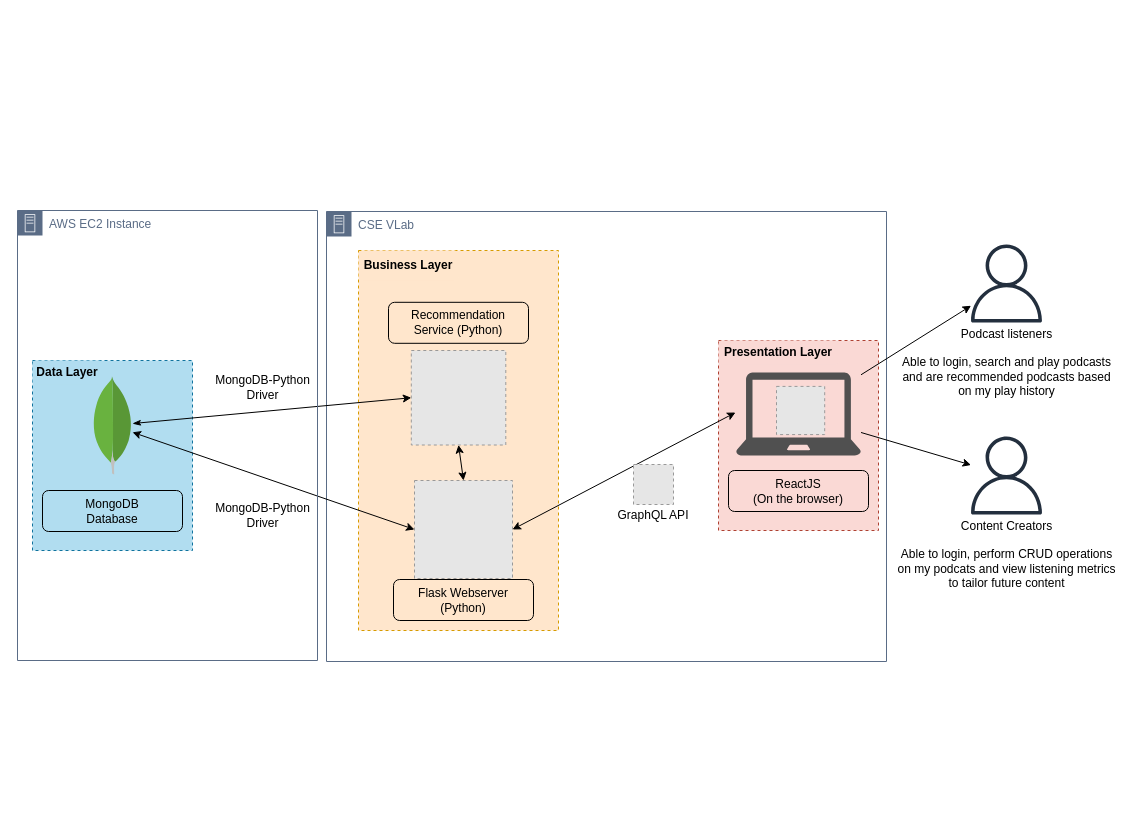
Above: docs/report/drawio/SystemArchitecture.drawio in Kevinwochan/Ultracast (draw.io), before the change. Source tidied: cells renumbered, new cells numbered last; positions are measured from the earlier drawing's top-left corner, leaving out a move shared by most shapes. Both pictures are drawn from the tidied source at 100%, with x=0, y=0 at pixel (17, 210). Pictures stored in the file or linked from it are replaced by grey dashed boxes.
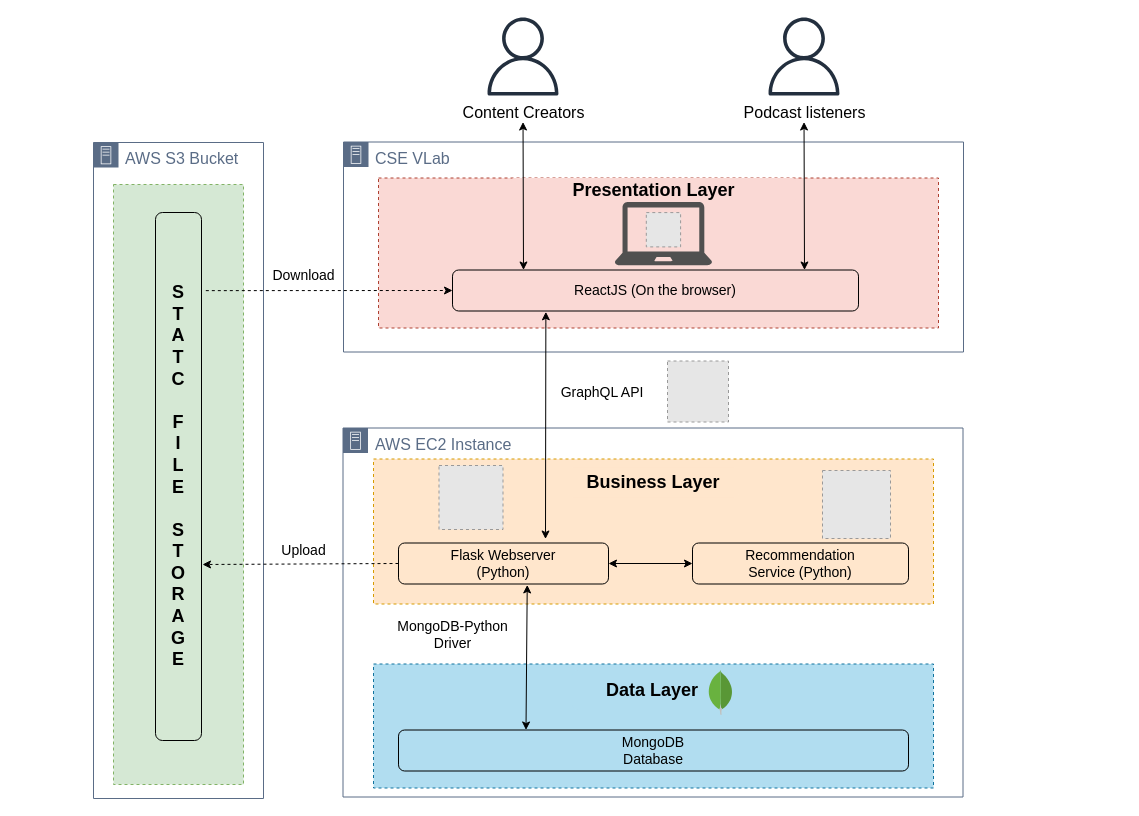
Above is the later version.

Change to the diagram source:
```diff
@@
+    <mxCell id="32" value="&lt;font style=&quot;font-size: 16px&quot;&gt;AWS EC2 Instance&lt;/font&gt;" style="gradientColor=none;html=1;whiteSpace=wrap;fontSize=12;fontStyle=0;shape=mxgraph.aws4.group;grIcon=mxgraph.aws4.group_on_premise;strokeColor=#5A6C86;fillColor=none;verticalAlign=top;align=left;spacingLeft=30;fontColor=#5A6C86;dashed=0;" parent="1" vertex="1">
+      <mxGeometry x="325.5" y="217.5" width="620" height="369" as="geometry" />
+    </mxCell>
+    <mxCell id="5" style="rounded=0;whiteSpace=wrap;html=1;fillColor=#b1ddf0;dashed=1;strokeColor=#10739e;" parent="1" vertex="1">
+      <mxGeometry x="356" y="453.5" width="560" height="124" as="geometry" />
+    </mxCell>
-    <mxCell id="2" value="CSE VLab" style="gradientColor=none;html=1;whiteSpace=wrap;fontSize=12;fontStyle=0;shape=mxgraph.aws4.group;grIcon=mxgraph.aws4.group_on_premise;strokeColor=#5A6C86;fillColor=none;verticalAlign=top;align=left;spacingLeft=30;fontColor=#5A6C86;dashed=0;" parent="1" vertex="1">
-      <mxGeometry x="309" y="1" width="560" height="450" as="geometry" />
+    <mxCell id="2" value="&lt;font style=&quot;font-size: 16px&quot;&gt;CSE VLab&lt;/font&gt;" style="gradientColor=none;html=1;whiteSpace=wrap;fontSize=12;fontStyle=0;shape=mxgraph.aws4.group;grIcon=mxgraph.aws4.group_on_premise;strokeColor=#5A6C86;fillColor=none;verticalAlign=top;align=left;spacingLeft=30;fontColor=#5A6C86;dashed=0;direction=east;" parent="1" vertex="1">
+      <mxGeometry x="326" y="-68.5" width="620" height="210" as="geometry" />
     </mxCell>
-    <mxCell id="3" style="group;" parent="1" vertex="1">
-      <mxGeometry x="15" y="150" width="160" height="190" as="geometry" />
-    </mxCell>
-    <mxCell id="4" style="group;" parent="3" vertex="1">
-      <mxGeometry width="160" height="190" as="geometry" />
-    </mxCell>
-    <mxCell id="5" style="rounded=0;whiteSpace=wrap;html=1;fillColor=#b1ddf0;dashed=1;strokeColor=#10739e;" parent="4" vertex="1">
-      <mxGeometry width="160" height="190" as="geometry" />
-    </mxCell>
-    <mxCell id="6" value="&lt;b&gt;Data Layer&lt;/b&gt;" style="rounded=1;whiteSpace=wrap;html=1;fillColor=#b1ddf0;strokeColor=none;" parent="4" vertex="1">
-      <mxGeometry width="70" height="24" as="geometry" />
-    </mxCell>
-    <mxCell id="7" value="MongoDB&lt;br&gt;Database" style="rounded=1;whiteSpace=wrap;html=1;fillColor=none;" parent="4" vertex="1">
-      <mxGeometry x="10" y="130" width="140" height="41" as="geometry" />
-    </mxCell>
-    <mxCell id="8" style="dashed=0;outlineConnect=0;html=1;align=center;labelPosition=center;verticalLabelPosition=bottom;verticalAlign=top;shape=mxgraph.weblogos.mongodb;strokeColor=#000000;fillColor=none;" parent="4" vertex="1">
-      <mxGeometry x="60" y="15.8" width="40" height="98.2" as="geometry" />
-    </mxCell>
-    <mxCell id="9" style="group;" parent="1" vertex="1">
-      <mxGeometry x="701" y="130" width="160" height="190" as="geometry" />
-    </mxCell>
-    <mxCell id="10" style="rounded=0;whiteSpace=wrap;html=1;fillColor=#fad9d5;dashed=1;strokeColor=#ae4132;" parent="9" vertex="1">
-      <mxGeometry width="160" height="190" as="geometry" />
+    <mxCell id="10" style="rounded=0;whiteSpace=wrap;html=1;fillColor=#fad9d5;dashed=1;strokeColor=#ae4132;" parent="1" vertex="1">
+      <mxGeometry x="361" y="-32.5" width="560" height="150" as="geometry" />
     </mxCell>
-    <mxCell id="11" value="&lt;b&gt;Presentation Layer&lt;/b&gt;" style="rounded=1;whiteSpace=wrap;html=1;fillColor=#fad9d5;strokeColor=none;" parent="9" vertex="1">
-      <mxGeometry width="120" height="24" as="geometry" />
-    </mxCell>
-    <mxCell id="12" value="ReactJS &lt;br&gt;(On the browser)" style="rounded=1;whiteSpace=wrap;html=1;fillColor=none;" parent="9" vertex="1">
-      <mxGeometry x="10" y="130" width="140" height="41" as="geometry" />
-    </mxCell>
-    <mxCell id="13" style="shadow=0;dashed=0;html=1;strokeColor=none;fillColor=#505050;labelPosition=center;verticalLabelPosition=bottom;verticalAlign=top;outlineConnect=0;align=center;shape=mxgraph.office.devices.laptop;" parent="9" vertex="1">
-      <mxGeometry x="17.5" y="32" width="125" height="83" as="geometry" />
-    </mxCell>
-    <mxCell id="14" style="fillColor=#E6E6E6;strokeColor=#999999;dashed=1;html=1;verticalAlign=top;verticalLabelPosition=bottom;labelBackgroundColor=#ffffff;" parent="9" vertex="1">
-      <mxGeometry x="58" y="45.9" width="48.2" height="48.2" as="geometry" />
-    </mxCell>
     <mxCell id="15" style="rounded=0;whiteSpace=wrap;html=1;fillColor=#ffe6cc;dashed=1;strokeColor=#d79b00;" parent="1" vertex="1">
-      <mxGeometry x="341" y="40" width="200" height="380" as="geometry" />
+      <mxGeometry x="356" y="248.5" width="560" height="145" as="geometry" />
     </mxCell>
-    <mxCell id="16" style="endArrow=classic;html=1;entryX=0;entryY=0.5;entryDx=0;entryDy=0;startArrow=classicThin;startFill=1;" parent="1" edge="1" source="8" target="22">
-      <mxGeometry relative="1" as="geometry" />
-    </mxCell>
-    <mxCell id="17" style="endArrow=classic;html=1;entryX=0;entryY=0.5;entryDx=0;entryDy=0;startArrow=classic;startFill=1;" parent="1" edge="1" source="8" target="25">
+    <mxCell id="17" style="endArrow=classic;html=1;startArrow=classic;startFill=1;exitX=0.25;exitY=0;exitDx=0;exitDy=0;entryX=0.613;entryY=1.023;entryDx=0;entryDy=0;entryPerimeter=0;" parent="1" edge="1" source="7" target="24">
       <mxGeometry relative="1" as="geometry" />
     </mxCell>
-    <mxCell id="18" value="&lt;b&gt;Business Layer&lt;/b&gt;" style="rounded=1;whiteSpace=wrap;html=1;fillColor=#ffe6cc;strokeColor=none;" parent="1" vertex="1">
-      <mxGeometry x="341" y="40" width="100" height="30" as="geometry" />
+    <mxCell id="18" value="&lt;b&gt;&lt;font style=&quot;font-size: 18px&quot;&gt;Business Layer&lt;/font&gt;&lt;/b&gt;" style="rounded=1;whiteSpace=wrap;html=1;fillColor=#ffe6cc;strokeColor=none;" parent="1" vertex="1">
+      <mxGeometry x="551" y="257" width="170" height="30" as="geometry" />
     </mxCell>
-    <mxCell id="19" style="endArrow=classic;startArrow=classic;html=1;exitX=1;exitY=0.5;exitDx=0;exitDy=0;entryX=-0.004;entryY=0.482;entryDx=0;entryDy=0;entryPerimeter=0;" parent="1" edge="1" source="25" target="13">
-      <mxGeometry relative="1" as="geometry" />
+    <mxCell id="19" style="endArrow=classic;startArrow=classic;html=1;entryX=0.23;entryY=1.02;entryDx=0;entryDy=0;entryPerimeter=0;" parent="1" edge="1" target="12">
+      <mxGeometry relative="1" as="geometry">
+        <mxPoint x="528" y="328.5" as="sourcePoint" />
+      </mxGeometry>
     </mxCell>
-    <mxCell id="20" value="GraphQL API" style="rounded=1;whiteSpace=wrap;html=1;fillColor=none;strokeColor=none;" parent="1" vertex="1">
-      <mxGeometry x="591" y="290" width="90" height="30" as="geometry" />
-    </mxCell>
-    <mxCell id="21" style="fillColor=#E6E6E6;strokeColor=#999999;dashed=1;html=1;verticalAlign=top;verticalLabelPosition=bottom;labelBackgroundColor=#ffffff;" parent="1" vertex="1">
-      <mxGeometry x="616" y="254" width="40" height="40" as="geometry" />
-    </mxCell>
     <mxCell id="22" style="fillColor=#E6E6E6;strokeColor=#999999;dashed=1;html=1;verticalAlign=top;verticalLabelPosition=bottom;labelBackgroundColor=#ffffff;" parent="1" vertex="1">
-      <mxGeometry x="393.8" y="140" width="94.5" height="94.5" as="geometry" />
+      <mxGeometry x="805" y="260" width="68" height="68" as="geometry" />
     </mxCell>
-    <mxCell id="23" value="Recommendation&lt;br&gt;Service (Python)" style="rounded=1;whiteSpace=wrap;html=1;fillColor=none;" parent="1" vertex="1">
-      <mxGeometry x="371" y="91.8" width="140" height="41" as="geometry" />
+    <mxCell id="23" value="&lt;font style=&quot;font-size: 14px&quot;&gt;Recommendation&lt;br&gt;Service (Python)&lt;/font&gt;" style="rounded=1;whiteSpace=wrap;html=1;fillColor=none;" parent="1" vertex="1">
+      <mxGeometry x="675" y="332.5" width="216" height="41" as="geometry" />
     </mxCell>
-    <mxCell id="24" value="Flask Webserver&lt;br&gt;(Python)" style="rounded=1;whiteSpace=wrap;html=1;fillColor=none;" parent="1" vertex="1">
-      <mxGeometry x="376" y="369" width="140" height="41" as="geometry" />
+    <mxCell id="24" value="&lt;font style=&quot;font-size: 14px&quot;&gt;Flask Webserver&lt;br&gt;(Python)&lt;/font&gt;" style="rounded=1;whiteSpace=wrap;html=1;fillColor=none;" parent="1" vertex="1">
+      <mxGeometry x="381" y="332.5" width="210" height="41" as="geometry" />
     </mxCell>
     <mxCell id="25" style="fillColor=#E6E6E6;strokeColor=#999999;dashed=1;html=1;verticalAlign=top;verticalLabelPosition=bottom;labelBackgroundColor=#ffffff;" parent="1" vertex="1">
-      <mxGeometry x="397" y="270" width="98" height="98" as="geometry" />
+      <mxGeometry x="421.5" y="255" width="64" height="64" as="geometry" />
     </mxCell>
-    <mxCell id="26" style="endArrow=classic;startArrow=classic;html=1;exitX=0.5;exitY=0;exitDx=0;exitDy=0;entryX=0.5;entryY=1;entryDx=0;entryDy=0;" parent="1" edge="1" source="25" target="22">
+    <mxCell id="26" style="endArrow=classic;startArrow=classic;html=1;entryX=0;entryY=0.5;entryDx=0;entryDy=0;exitX=1;exitY=0.5;exitDx=0;exitDy=0;" parent="1" edge="1" source="24" target="23">
       <mxGeometry relative="1" as="geometry" />
     </mxCell>
+    <mxCell id="30" value="&lt;font style=&quot;font-size: 14px&quot;&gt;MongoDB-Python&lt;br&gt;Driver&lt;/font&gt;" style="text;html=1;align=center;verticalAlign=middle;" parent="1" vertex="1">
+      <mxGeometry x="370" y="404" width="130" height="40" as="geometry" />
+    </mxCell>
+    <mxCell id="11" value="&lt;b&gt;&lt;font style=&quot;font-size: 18px&quot;&gt;Presentation Layer&lt;/font&gt;&lt;/b&gt;" style="rounded=1;whiteSpace=wrap;html=1;fillColor=#fad9d5;strokeColor=none;" parent="1" vertex="1">
+      <mxGeometry x="493.5" y="-32.5" width="285" height="24" as="geometry" />
+    </mxCell>
+    <mxCell id="12" value="&lt;font style=&quot;font-size: 14px&quot;&gt;ReactJS (On the browser)&lt;/font&gt;" style="rounded=1;whiteSpace=wrap;html=1;fillColor=none;" parent="1" vertex="1">
+      <mxGeometry x="435" y="59.5" width="406" height="41" as="geometry" />
+    </mxCell>
+    <mxCell id="36" style="group;" parent="1" vertex="1">
+      <mxGeometry x="598" y="-8.5" width="102" height="66" as="geometry" />
+    </mxCell>
+    <mxCell id="37" style="group;" parent="36" vertex="1">
+      <mxGeometry width="97.5" height="63.2" as="geometry" />
+    </mxCell>
+    <mxCell id="38" style="group;" parent="37" vertex="1">
+      <mxGeometry x="-0.8" width="97.5" height="63.2" as="geometry" />
+    </mxCell>
+    <mxCell id="13" style="shadow=0;dashed=0;html=1;strokeColor=none;fillColor=#505050;labelPosition=center;verticalLabelPosition=bottom;verticalAlign=top;outlineConnect=0;align=center;shape=mxgraph.office.devices.laptop;" parent="38" vertex="1">
+      <mxGeometry width="97.5" height="63.2" as="geometry" />
+    </mxCell>
+    <mxCell id="14" style="fillColor=#E6E6E6;strokeColor=#999999;dashed=1;html=1;verticalAlign=top;verticalLabelPosition=bottom;labelBackgroundColor=#ffffff;" parent="38" vertex="1">
+      <mxGeometry x="31.6" y="10.6" width="34.3" height="34.3" as="geometry" />
+    </mxCell>
+    <mxCell id="29" style="endArrow=classic;html=1;startArrow=classic;startFill=1;" parent="1" edge="1" target="28">
+      <mxGeometry relative="1" as="geometry">
+        <mxPoint x="787" y="59.5" as="sourcePoint" />
+      </mxGeometry>
+    </mxCell>
+    <mxCell id="35" style="endArrow=classic;html=1;startArrow=classic;startFill=1;" parent="1" edge="1" target="34">
+      <mxGeometry relative="1" as="geometry">
+        <mxPoint x="506" y="59.5" as="sourcePoint" />
+      </mxGeometry>
+    </mxCell>
+    <mxCell id="6" value="&lt;b&gt;&lt;font style=&quot;font-size: 18px&quot;&gt;Data Layer&lt;/font&gt;&lt;/b&gt;" style="rounded=1;whiteSpace=wrap;html=1;fillColor=#b1ddf0;strokeColor=none;" parent="1" vertex="1">
+      <mxGeometry x="554.5" y="459.5" width="160" height="40" as="geometry" />
+    </mxCell>
+    <mxCell id="7" value="&lt;font style=&quot;font-size: 14px&quot;&gt;MongoDB&lt;br&gt;Database&lt;/font&gt;" style="rounded=1;whiteSpace=wrap;html=1;fillColor=none;" parent="1" vertex="1">
+      <mxGeometry x="381" y="519.5" width="510" height="41" as="geometry" />
+    </mxCell>
+    <mxCell id="8" style="dashed=0;outlineConnect=0;html=1;align=center;labelPosition=center;verticalLabelPosition=bottom;verticalAlign=top;shape=mxgraph.weblogos.mongodb;strokeColor=#000000;fillColor=none;" parent="1" vertex="1">
+      <mxGeometry x="690.5" y="459.5" width="25" height="45" as="geometry" />
+    </mxCell>
+    <mxCell id="39" style="group;" parent="1" vertex="1">
+      <mxGeometry x="534.5" y="150.5" width="176.5" height="61" as="geometry" />
+    </mxCell>
+    <mxCell id="20" value="&lt;font style=&quot;font-size: 14px&quot;&gt;GraphQL API&lt;/font&gt;" style="rounded=1;whiteSpace=wrap;html=1;fillColor=none;strokeColor=none;direction=south;" parent="39" vertex="1">
+      <mxGeometry y="11" width="100" height="40" as="geometry" />
+    </mxCell>
+    <mxCell id="21" style="fillColor=#E6E6E6;strokeColor=#999999;dashed=1;html=1;verticalAlign=top;verticalLabelPosition=bottom;labelBackgroundColor=#ffffff;" parent="39" vertex="1">
+      <mxGeometry x="115.5" width="61" height="61" as="geometry" />
+    </mxCell>
     <mxCell id="27" style="outlineConnect=0;fontColor=#232F3E;gradientColor=none;fillColor=#232F3E;strokeColor=none;dashed=0;verticalLabelPosition=bottom;verticalAlign=top;align=center;html=1;fontSize=12;fontStyle=0;shape=mxgraph.aws4.user;" parent="1" vertex="1">
-      <mxGeometry x="950" y="34" width="78" height="78" as="geometry" />
+      <mxGeometry x="747.5" y="-193" width="78" height="78" as="geometry" />
     </mxCell>
-    <mxCell id="28" value="Podcast listeners&lt;br&gt;&lt;br&gt;Able to login, search and play podcasts&lt;br&gt;and are recommended podcasts based&lt;br&gt;on my play history" style="text;html=1;align=center;verticalAlign=middle;points=[];" parent="1" vertex="1">
-      <mxGeometry x="879" y="112" width="220" height="80" as="geometry" />
+    <mxCell id="28" value="&lt;font style=&quot;font-size: 16px&quot;&gt;Podcast listeners&lt;/font&gt;" style="text;html=1;align=center;verticalAlign=middle;points=[];" parent="1" vertex="1">
+      <mxGeometry x="716.5" y="-108.5" width="140" height="20" as="geometry" />
     </mxCell>
-    <mxCell id="29" style="endArrow=classic;html=1;" parent="1" edge="1" source="13" target="27">
-      <mxGeometry relative="1" as="geometry" />
-    </mxCell>
-    <mxCell id="30" value="MongoDB-Python&lt;br&gt;Driver" style="text;html=1;align=center;verticalAlign=middle;" parent="1" vertex="1">
-      <mxGeometry x="190" y="162" width="110" height="30" as="geometry" />
-    </mxCell>
-    <mxCell id="31" value="MongoDB-Python &lt;br&gt;Driver" style="text;html=1;align=center;verticalAlign=middle;" parent="1" vertex="1">
-      <mxGeometry x="190" y="290" width="110" height="30" as="geometry" />
-    </mxCell>
-    <mxCell id="32" value="AWS EC2 Instance" style="gradientColor=none;html=1;whiteSpace=wrap;fontSize=12;fontStyle=0;shape=mxgraph.aws4.group;grIcon=mxgraph.aws4.group_on_premise;strokeColor=#5A6C86;fillColor=none;verticalAlign=top;align=left;spacingLeft=30;fontColor=#5A6C86;dashed=0;" parent="1" vertex="1">
-      <mxGeometry width="300" height="450" as="geometry" />
-    </mxCell>
     <mxCell id="33" style="outlineConnect=0;fontColor=#232F3E;gradientColor=none;fillColor=#232F3E;strokeColor=none;dashed=0;verticalLabelPosition=bottom;verticalAlign=top;align=center;html=1;fontSize=12;fontStyle=0;shape=mxgraph.aws4.user;" parent="1" vertex="1">
-      <mxGeometry x="950" y="226" width="78" height="78" as="geometry" />
+      <mxGeometry x="466.5" y="-193" width="78" height="78" as="geometry" />
     </mxCell>
-    <mxCell id="34" value="Content Creators&lt;br&gt;&lt;br&gt;Able to login, perform CRUD operations &lt;br&gt;on my podcats and view listening metrics&lt;br&gt;to tailor future content" style="text;html=1;align=center;verticalAlign=middle;points=[];" parent="1" vertex="1">
-      <mxGeometry x="874" y="304" width="230" height="80" as="geometry" />
+    <mxCell id="34" value="&lt;font style=&quot;font-size: 16px&quot;&gt;Content Creators&lt;/font&gt;" style="text;html=1;align=center;verticalAlign=middle;points=[];direction=south;" parent="1" vertex="1">
+      <mxGeometry x="435.5" y="-108.5" width="140" height="20" as="geometry" />
     </mxCell>
-    <mxCell id="35" style="endArrow=classic;html=1;" parent="1" edge="1" source="13" target="33">
-      <mxGeometry relative="1" as="geometry" />
-    </mxCell>
+    <mxCell id="40" value="&lt;font style=&quot;font-size: 16px&quot;&gt;AWS S3 Bucket&lt;/font&gt;" style="gradientColor=none;html=1;whiteSpace=wrap;fontSize=12;fontStyle=0;shape=mxgraph.aws4.group;grIcon=mxgraph.aws4.group_on_premise;strokeColor=#5A6C86;fillColor=none;verticalAlign=top;align=left;spacingLeft=30;fontColor=#5A6C86;dashed=0;" parent="1" vertex="1">
+      <mxGeometry x="76" y="-68" width="170" height="656" as="geometry" />
+    </mxCell>
+    <mxCell id="41" style="rounded=0;whiteSpace=wrap;html=1;fillColor=#d5e8d4;dashed=1;strokeColor=#82b366;" parent="1" vertex="1">
+      <mxGeometry x="96" y="-26" width="130" height="600" as="geometry" />
+    </mxCell>
+    <mxCell id="42" value="&lt;font style=&quot;font-size: 18px&quot;&gt;&lt;b&gt;S&lt;br&gt;T&lt;br&gt;A&lt;br&gt;T&lt;br&gt;C&lt;br&gt;&lt;br&gt;F&lt;br&gt;I&lt;br&gt;L&lt;br&gt;E&lt;br&gt;&lt;br&gt;S&lt;br&gt;T&lt;br&gt;O&lt;br&gt;R&lt;br&gt;A&lt;br&gt;G&lt;br&gt;E&lt;/b&gt;&lt;br&gt;&lt;/font&gt;" style="rounded=1;whiteSpace=wrap;html=1;fillColor=none;" parent="1" vertex="1">
+      <mxGeometry x="138" y="2" width="46" height="528" as="geometry" />
+    </mxCell>
+    <mxCell id="43" style="endArrow=classic;html=1;exitX=0;exitY=0.5;exitDx=0;exitDy=0;dashed=1;" parent="1" edge="1" source="24">
+      <mxGeometry relative="1" as="geometry">
+        <mxPoint x="185" y="354" as="targetPoint" />
+      </mxGeometry>
+    </mxCell>
+    <mxCell id="44" value="&lt;span style=&quot;font-size: 14px&quot;&gt;Upload&lt;/span&gt;" style="text;html=1;align=center;verticalAlign=middle;" parent="1" vertex="1">
+      <mxGeometry x="256" y="330" width="60" height="20" as="geometry" />
+    </mxCell>
+    <mxCell id="45" style="endArrow=classic;html=1;dashed=1;entryX=0;entryY=0.5;entryDx=0;entryDy=0;exitX=1.094;exitY=0.148;exitDx=0;exitDy=0;exitPerimeter=0;" parent="1" edge="1" source="42" target="12">
+      <mxGeometry relative="1" as="geometry" />
+    </mxCell>
+    <mxCell id="46" value="&lt;span style=&quot;font-size: 14px&quot;&gt;Download&lt;/span&gt;" style="text;html=1;align=center;verticalAlign=middle;" parent="1" vertex="1">
+      <mxGeometry x="246" y="54.5" width="80" height="20" as="geometry" />
+    </mxCell>
```
